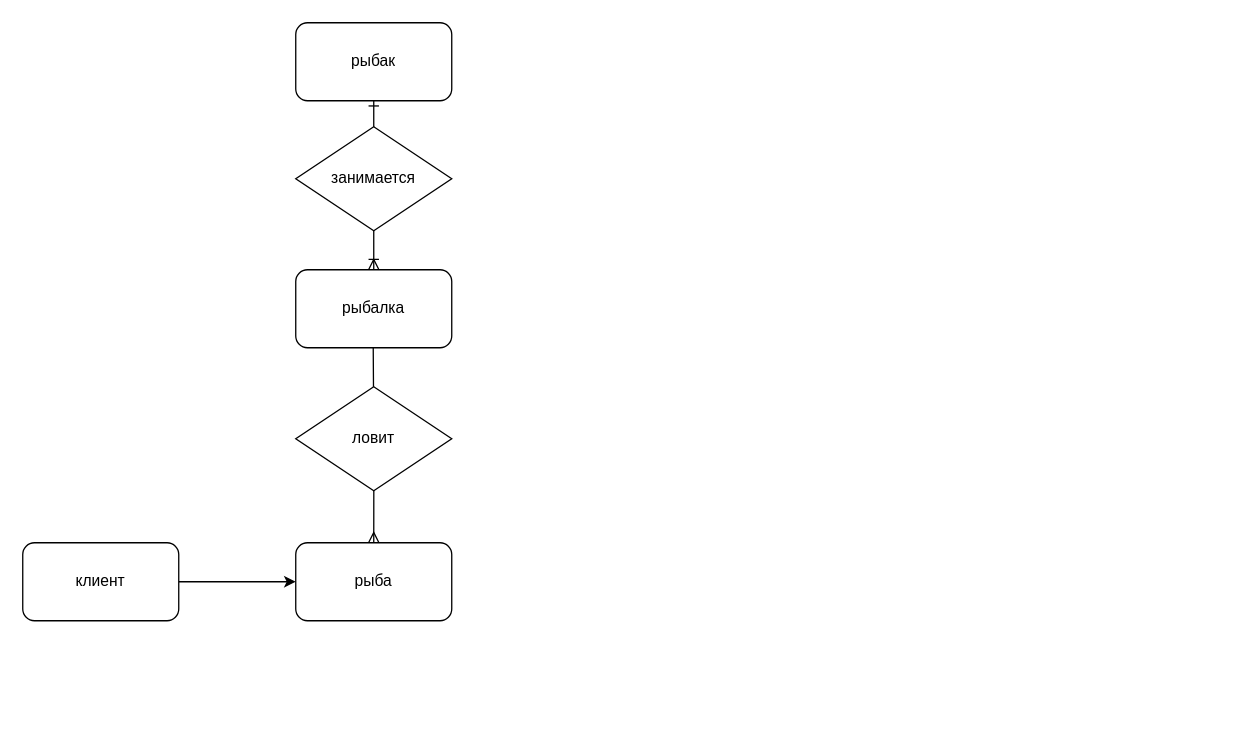
camilla228/camilla23 keeps this draw.io diagram as Диаграмма без названия.drawio. Above is the earlier version. Source tidied: cells renumbered, new cells numbered last; positions are measured from the earlier drawing's top-left corner, leaving out a move shared by most shapes. Both pictures are drawn from the tidied source at 130%, with x=0, y=0 at pixel (22, 22).
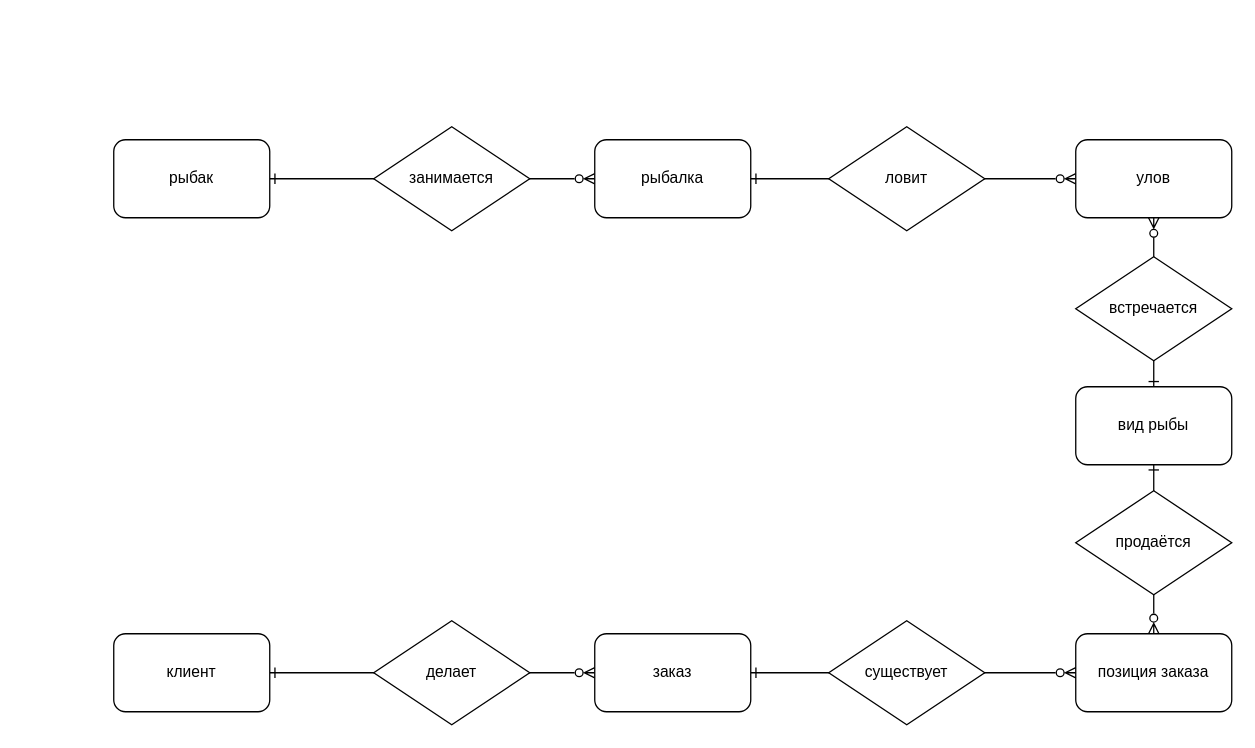
After the change.

What changed in the source:
```diff
@@
-    <mxCell id="2" style="edgeStyle=orthogonalEdgeStyle;rounded=0;jettySize=auto;html=1;endArrow=ERoneToMany;endFill=0;startArrow=ERone;startFill=0;" parent="1" edge="1" source="3" target="5">
+    <mxCell id="2" style="edgeStyle=orthogonalEdgeStyle;rounded=0;jettySize=auto;html=1;entryX=0;entryY=0.5;entryDx=0;entryDy=0;endArrow=ERzeroToMany;endFill=0;startArrow=ERone;startFill=0;" parent="1" edge="1" source="3" target="5">
       <mxGeometry relative="1" as="geometry" />
     </mxCell>
     <mxCell id="3" value="рыбак" style="rounded=1;whiteSpace=wrap;html=1;" parent="1" vertex="1">
-      <mxGeometry x="210" width="120" height="60" as="geometry" />
+      <mxGeometry x="70" y="90" width="120" height="60" as="geometry" />
     </mxCell>
-    <mxCell id="4" style="edgeStyle=orthogonalEdgeStyle;rounded=0;orthogonalLoop=1;jettySize=auto;html=1;endArrow=ERmany;endFill=0;" parent="1" edge="1">
-      <mxGeometry relative="1" as="geometry">
-        <mxPoint x="269.6" y="250" as="sourcePoint" />
-        <mxPoint x="270" y="400" as="targetPoint" />
-      </mxGeometry>
-    </mxCell>
+    <mxCell id="11" style="edgeStyle=orthogonalEdgeStyle;rounded=0;jettySize=auto;html=1;entryX=0;entryY=0.5;entryDx=0;entryDy=0;endArrow=ERzeroToMany;endFill=0;startArrow=ERone;startFill=0;" parent="1" edge="1" source="5" target="14">
+      <mxGeometry relative="1" as="geometry" />
+    </mxCell>
     <mxCell id="5" value="рыбалка" style="rounded=1;whiteSpace=wrap;html=1;" parent="1" vertex="1">
-      <mxGeometry x="210" y="190" width="120" height="60" as="geometry" />
+      <mxGeometry x="440" y="90" width="120" height="60" as="geometry" />
     </mxCell>
+    <mxCell id="12" style="edgeStyle=orthogonalEdgeStyle;rounded=0;jettySize=auto;html=1;entryX=0.5;entryY=0;entryDx=0;entryDy=0;endArrow=ERzeroToMany;endFill=0;startArrow=ERone;startFill=0;" parent="1" edge="1" source="6" target="15">
+      <mxGeometry relative="1" as="geometry" />
+    </mxCell>
+    <mxCell id="13" style="edgeStyle=orthogonalEdgeStyle;rounded=0;jettySize=auto;html=1;entryX=0.5;entryY=1;entryDx=0;entryDy=0;endArrow=ERzeroToMany;endFill=0;startArrow=ERone;startFill=0;" parent="1" edge="1" source="6" target="14">
+      <mxGeometry relative="1" as="geometry" />
+    </mxCell>
-    <mxCell id="6" value="рыба" style="rounded=1;whiteSpace=wrap;html=1;" parent="1" vertex="1">
-      <mxGeometry x="210" y="400" width="120" height="60" as="geometry" />
+    <mxCell id="6" value="вид рыбы" style="rounded=1;whiteSpace=wrap;html=1;" parent="1" vertex="1">
+      <mxGeometry x="810" y="280" width="120" height="60" as="geometry" />
     </mxCell>
-    <mxCell id="7" value="занимается" style="rhombus;whiteSpace=wrap;html=1;" parent="1" vertex="1">
-      <mxGeometry x="210" y="80" width="120" height="80" as="geometry" />
-    </mxCell>
     <mxCell id="8" value="ловит" style="rhombus;whiteSpace=wrap;html=1;" parent="1" vertex="1">
-      <mxGeometry x="210" y="280" width="120" height="80" as="geometry" />
+      <mxGeometry x="620" y="80" width="120" height="80" as="geometry" />
     </mxCell>
-    <mxCell id="9" style="edgeStyle=orthogonalEdgeStyle;rounded=0;jettySize=auto;html=1;entryX=0;entryY=0.5;entryDx=0;entryDy=0;" parent="1" edge="1" source="10">
-      <mxGeometry relative="1" as="geometry">
-        <mxPoint x="210" y="430" as="targetPoint" />
-      </mxGeometry>
+    <mxCell id="9" style="edgeStyle=orthogonalEdgeStyle;rounded=0;jettySize=auto;html=1;entryX=0;entryY=0.5;entryDx=0;entryDy=0;endArrow=ERzeroToMany;endFill=0;startArrow=ERone;startFill=0;" parent="1" edge="1" source="10" target="17">
+      <mxGeometry relative="1" as="geometry" />
     </mxCell>
     <mxCell id="10" value="клиент" style="rounded=1;whiteSpace=wrap;html=1;" parent="1" vertex="1">
-      <mxGeometry y="400" width="120" height="60" as="geometry" />
+      <mxGeometry x="70" y="470" width="120" height="60" as="geometry" />
     </mxCell>
+    <mxCell id="14" value="улов" style="rounded=1;whiteSpace=wrap;html=1;" parent="1" vertex="1">
+      <mxGeometry x="810" y="90" width="120" height="60" as="geometry" />
+    </mxCell>
+    <mxCell id="7" value="занимается" style="rhombus;whiteSpace=wrap;html=1;" parent="1" vertex="1">
+      <mxGeometry x="270" y="80" width="120" height="80" as="geometry" />
+    </mxCell>
+    <mxCell id="15" value="позиция заказа" style="rounded=1;whiteSpace=wrap;html=1;" parent="1" vertex="1">
+      <mxGeometry x="810" y="470" width="120" height="60" as="geometry" />
+    </mxCell>
+    <mxCell id="16" style="edgeStyle=orthogonalEdgeStyle;rounded=0;jettySize=auto;html=1;entryX=0;entryY=0.5;entryDx=0;entryDy=0;endArrow=ERzeroToMany;endFill=0;startArrow=ERone;startFill=0;" parent="1" edge="1" source="17" target="15">
+      <mxGeometry relative="1" as="geometry" />
+    </mxCell>
+    <mxCell id="17" value="заказ" style="rounded=1;whiteSpace=wrap;html=1;" parent="1" vertex="1">
+      <mxGeometry x="440" y="470" width="120" height="60" as="geometry" />
+    </mxCell>
+    <mxCell id="18" value="делает" style="rhombus;whiteSpace=wrap;html=1;" parent="1" vertex="1">
+      <mxGeometry x="270" y="460" width="120" height="80" as="geometry" />
+    </mxCell>
+    <mxCell id="19" value="продаётся" style="rhombus;whiteSpace=wrap;html=1;" parent="1" vertex="1">
+      <mxGeometry x="810" y="360" width="120" height="80" as="geometry" />
+    </mxCell>
+    <mxCell id="20" value="встречается" style="rhombus;whiteSpace=wrap;html=1;" parent="1" vertex="1">
+      <mxGeometry x="810" y="180" width="120" height="80" as="geometry" />
+    </mxCell>
+    <mxCell id="21" value="существует" style="rhombus;whiteSpace=wrap;html=1;" parent="1" vertex="1">
+      <mxGeometry x="620" y="460" width="120" height="80" as="geometry" />
+    </mxCell>
```
